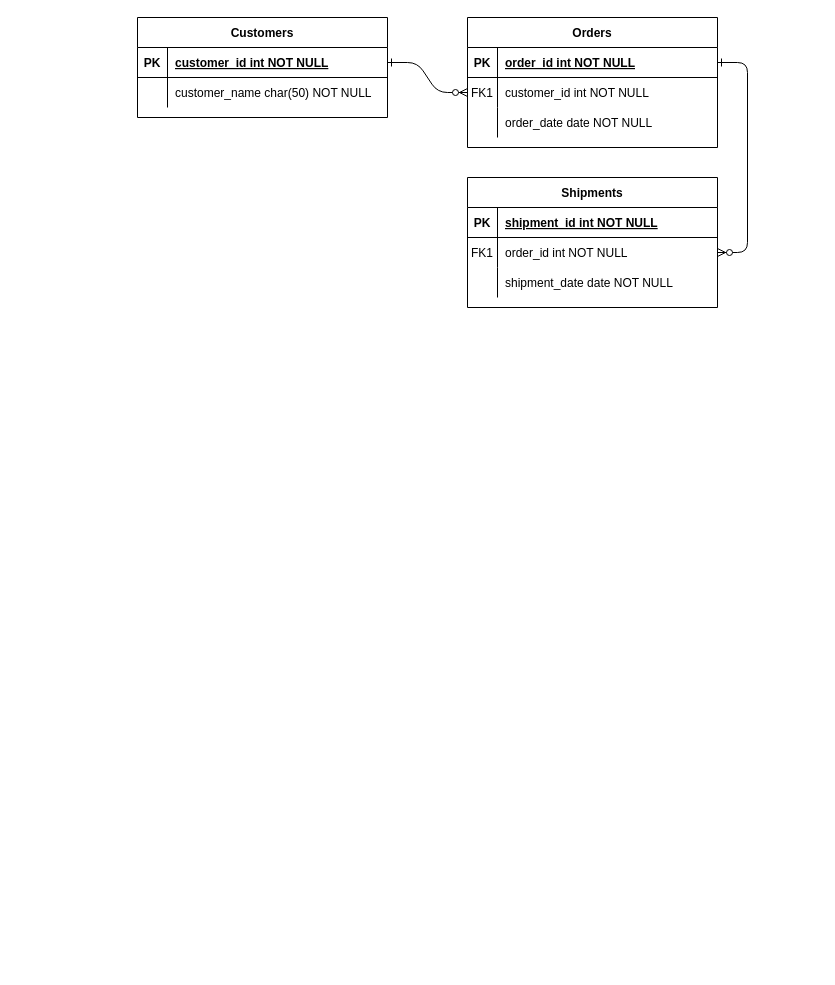
Earlier version of the draw.io diagram Untitled Diagram.drawio (gharuks/2021-fall-db). Source tidied: cells renumbered, new cells numbered last; positions are measured from the earlier drawing's top-left corner, leaving out a move shared by most shapes. Both pictures are drawn from the tidied source at 100%, with x=0, y=0 at pixel (137, 17).
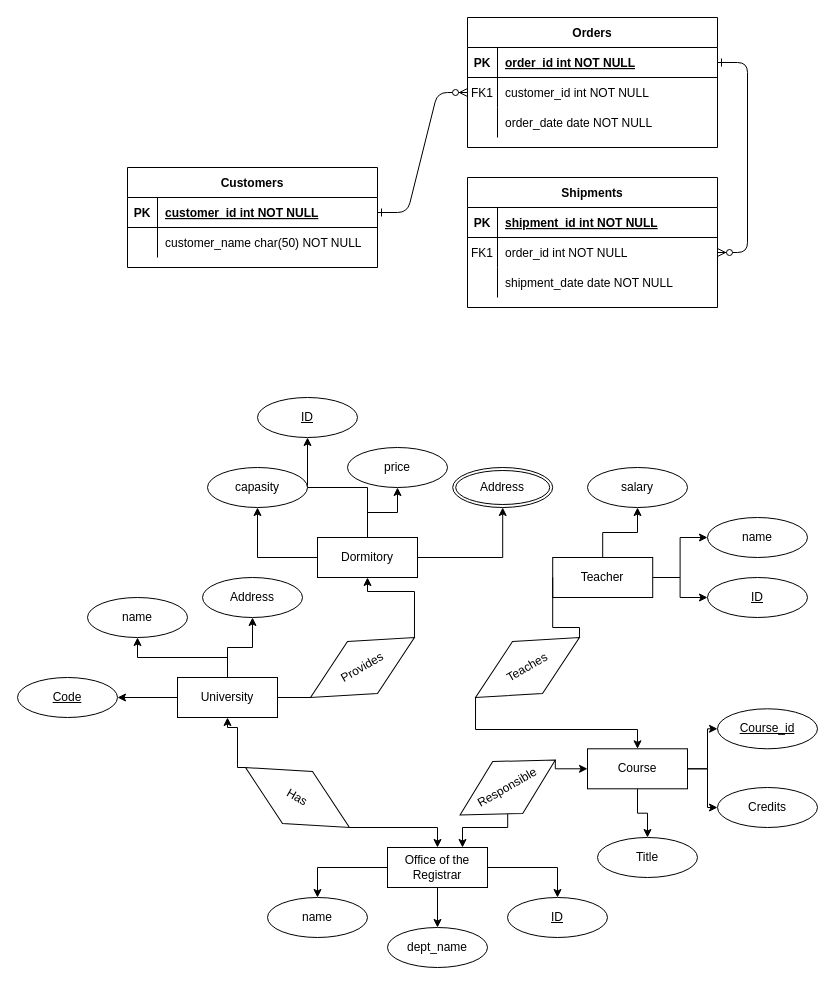
The same page after the edit.

What changed in the source:
```diff
@@
     <mxCell id="24" value="Customers" style="shape=table;startSize=30;childLayout=tableLayout;rowLines=0;fontStyle=1;align=center;" parent="1" vertex="1">
-      <mxGeometry width="250" height="100" as="geometry" />
+      <mxGeometry x="-10" y="150" width="250" height="100" as="geometry" />
     </mxCell>
@@
+    <mxCell id="31" style="edgeStyle=orthogonalEdgeStyle;rounded=0;jettySize=auto;html=1;exitX=0;exitY=0.5;exitDx=0;exitDy=0;" parent="1" edge="1" source="32" target="48">
+      <mxGeometry relative="1" as="geometry">
+        <Array as="points">
+          <mxPoint x="500" y="712" />
+        </Array>
+      </mxGeometry>
+    </mxCell>
+    <mxCell id="32" value="Teaches" style="shape=rhombus;perimeter=rhombusPerimeter;whiteSpace=wrap;html=1;align=center;rotation=-30;" parent="1" vertex="1">
+      <mxGeometry x="330" y="620" width="120" height="60" as="geometry" />
+    </mxCell>
+    <mxCell id="33" style="edgeStyle=orthogonalEdgeStyle;rounded=0;jettySize=auto;html=1;" parent="1" edge="1" source="36" target="57">
+      <mxGeometry relative="1" as="geometry" />
+    </mxCell>
+    <mxCell id="34" style="edgeStyle=orthogonalEdgeStyle;rounded=0;jettySize=auto;html=1;" parent="1" edge="1" source="36" target="63">
+      <mxGeometry relative="1" as="geometry" />
+    </mxCell>
+    <mxCell id="35" style="edgeStyle=orthogonalEdgeStyle;rounded=0;jettySize=auto;html=1;" parent="1" edge="1" source="36" target="58">
+      <mxGeometry relative="1" as="geometry" />
+    </mxCell>
+    <mxCell id="36" value="University" style="whiteSpace=wrap;html=1;align=center;" parent="1" vertex="1">
+      <mxGeometry x="40" y="660" width="100" height="40" as="geometry" />
+    </mxCell>
+    <mxCell id="37" style="edgeStyle=orthogonalEdgeStyle;rounded=0;jettySize=auto;html=1;" parent="1" edge="1" source="40" target="55">
+      <mxGeometry relative="1" as="geometry" />
+    </mxCell>
+    <mxCell id="38" style="edgeStyle=orthogonalEdgeStyle;rounded=0;jettySize=auto;html=1;" parent="1" edge="1" source="40" target="59">
+      <mxGeometry relative="1" as="geometry" />
+    </mxCell>
+    <mxCell id="39" style="edgeStyle=orthogonalEdgeStyle;rounded=0;jettySize=auto;html=1;" parent="1" edge="1" source="40" target="67">
+      <mxGeometry relative="1" as="geometry" />
+    </mxCell>
+    <mxCell id="40" value="Teacher" style="whiteSpace=wrap;html=1;align=center;" parent="1" vertex="1">
+      <mxGeometry x="415.2" y="540" width="100" height="40" as="geometry" />
+    </mxCell>
+    <mxCell id="41" style="edgeStyle=orthogonalEdgeStyle;rounded=0;jettySize=auto;html=1;" parent="1" edge="1" source="44" target="54">
+      <mxGeometry relative="1" as="geometry" />
+    </mxCell>
+    <mxCell id="42" style="edgeStyle=orthogonalEdgeStyle;rounded=0;jettySize=auto;html=1;" parent="1" edge="1" source="44" target="65">
+      <mxGeometry relative="1" as="geometry" />
+    </mxCell>
+    <mxCell id="43" style="edgeStyle=orthogonalEdgeStyle;rounded=0;jettySize=auto;html=1;" parent="1" edge="1" source="44" target="68">
+      <mxGeometry relative="1" as="geometry" />
+    </mxCell>
+    <mxCell id="44" value="Office of the Registrar" style="whiteSpace=wrap;html=1;align=center;" parent="1" vertex="1">
+      <mxGeometry x="250" y="830" width="100" height="40" as="geometry" />
+    </mxCell>
+    <mxCell id="45" style="edgeStyle=orthogonalEdgeStyle;rounded=0;jettySize=auto;html=1;" parent="1" edge="1" source="48" target="56">
+      <mxGeometry relative="1" as="geometry" />
+    </mxCell>
+    <mxCell id="46" style="edgeStyle=orthogonalEdgeStyle;rounded=0;jettySize=auto;html=1;" parent="1" edge="1" source="48" target="62">
+      <mxGeometry relative="1" as="geometry" />
+    </mxCell>
+    <mxCell id="47" style="edgeStyle=orthogonalEdgeStyle;rounded=0;jettySize=auto;html=1;" parent="1" edge="1" source="48" target="64">
+      <mxGeometry relative="1" as="geometry" />
+    </mxCell>
+    <mxCell id="48" value="Course" style="whiteSpace=wrap;html=1;align=center;" parent="1" vertex="1">
+      <mxGeometry x="450" y="731.3" width="100" height="40" as="geometry" />
+    </mxCell>
+    <mxCell id="49" style="edgeStyle=orthogonalEdgeStyle;rounded=0;jettySize=auto;html=1;" parent="1" edge="1" source="53" target="61">
+      <mxGeometry relative="1" as="geometry" />
+    </mxCell>
+    <mxCell id="50" style="edgeStyle=orthogonalEdgeStyle;rounded=0;jettySize=auto;html=1;" parent="1" edge="1" source="53" target="66">
+      <mxGeometry relative="1" as="geometry" />
+    </mxCell>
+    <mxCell id="51" style="edgeStyle=orthogonalEdgeStyle;rounded=0;jettySize=auto;html=1;" parent="1" edge="1" source="53" target="60">
+      <mxGeometry relative="1" as="geometry" />
+    </mxCell>
+    <mxCell id="52" style="edgeStyle=orthogonalEdgeStyle;rounded=0;jettySize=auto;html=1;entryX=0.5;entryY=1;entryDx=0;entryDy=0;" parent="1" edge="1" source="53" target="79">
+      <mxGeometry relative="1" as="geometry" />
+    </mxCell>
+    <mxCell id="53" value="Dormitory" style="whiteSpace=wrap;html=1;align=center;" parent="1" vertex="1">
+      <mxGeometry x="180" y="520" width="100" height="40" as="geometry" />
+    </mxCell>
+    <mxCell id="54" value="ID" style="ellipse;whiteSpace=wrap;html=1;align=center;fontStyle=4;" parent="1" vertex="1">
+      <mxGeometry x="370" y="880" width="100" height="40" as="geometry" />
+    </mxCell>
+    <mxCell id="55" value="ID" style="ellipse;whiteSpace=wrap;html=1;align=center;fontStyle=4;" parent="1" vertex="1">
+      <mxGeometry x="570" y="560" width="100" height="40" as="geometry" />
+    </mxCell>
+    <mxCell id="56" value="Course_id" style="ellipse;whiteSpace=wrap;html=1;align=center;fontStyle=4;" parent="1" vertex="1">
+      <mxGeometry x="580" y="691.3" width="100" height="40" as="geometry" />
+    </mxCell>
+    <mxCell id="57" value="Code" style="ellipse;whiteSpace=wrap;html=1;align=center;fontStyle=4;" parent="1" vertex="1">
+      <mxGeometry x="-120" y="660" width="100" height="40" as="geometry" />
+    </mxCell>
+    <mxCell id="58" value="name" style="ellipse;whiteSpace=wrap;html=1;align=center;" parent="1" vertex="1">
+      <mxGeometry x="-50" y="580" width="100" height="40" as="geometry" />
+    </mxCell>
+    <mxCell id="59" value="name" style="ellipse;whiteSpace=wrap;html=1;align=center;" parent="1" vertex="1">
+      <mxGeometry x="570" y="500" width="100" height="40" as="geometry" />
+    </mxCell>
+    <mxCell id="60" value="price" style="ellipse;whiteSpace=wrap;html=1;align=center;" parent="1" vertex="1">
+      <mxGeometry x="210" y="430" width="100" height="40" as="geometry" />
+    </mxCell>
+    <mxCell id="61" value="Address" style="ellipse;shape=doubleEllipse;margin=3;whiteSpace=wrap;html=1;align=center;" parent="1" vertex="1">
+      <mxGeometry x="315.2" y="450" width="100" height="40" as="geometry" />
+    </mxCell>
+    <mxCell id="62" value="Title" style="ellipse;whiteSpace=wrap;html=1;align=center;" parent="1" vertex="1">
+      <mxGeometry x="460" y="820" width="100" height="40" as="geometry" />
+    </mxCell>
+    <mxCell id="63" value="Address" style="ellipse;whiteSpace=wrap;html=1;align=center;" parent="1" vertex="1">
+      <mxGeometry x="65" y="560" width="100" height="40" as="geometry" />
+    </mxCell>
+    <mxCell id="64" value="Credits" style="ellipse;whiteSpace=wrap;html=1;align=center;" parent="1" vertex="1">
+      <mxGeometry x="580" y="770" width="100" height="40" as="geometry" />
+    </mxCell>
+    <mxCell id="65" value="name" style="ellipse;whiteSpace=wrap;html=1;align=center;" parent="1" vertex="1">
+      <mxGeometry x="130" y="880" width="100" height="40" as="geometry" />
+    </mxCell>
+    <mxCell id="66" value="capasity" style="ellipse;whiteSpace=wrap;html=1;align=center;" parent="1" vertex="1">
+      <mxGeometry x="70" y="450" width="100" height="40" as="geometry" />
+    </mxCell>
+    <mxCell id="67" value="salary" style="ellipse;whiteSpace=wrap;html=1;align=center;" parent="1" vertex="1">
+      <mxGeometry x="450" y="450" width="100" height="40" as="geometry" />
+    </mxCell>
+    <mxCell id="68" value="dept_name" style="ellipse;whiteSpace=wrap;html=1;align=center;" parent="1" vertex="1">
+      <mxGeometry x="250" y="910" width="100" height="40" as="geometry" />
+    </mxCell>
+    <mxCell id="69" style="endArrow=none;html=1;rounded=0;edgeStyle=orthogonalEdgeStyle;entryX=0;entryY=0.5;entryDx=0;entryDy=0;exitX=1;exitY=0.5;exitDx=0;exitDy=0;" parent="1" edge="1" source="32" target="40">
+      <mxGeometry relative="1" as="geometry">
+        <Array as="points">
+          <mxPoint x="442" y="610" />
+          <mxPoint x="415" y="610" />
+        </Array>
+      </mxGeometry>
+    </mxCell>
+    <mxCell id="70" style="edgeStyle=orthogonalEdgeStyle;rounded=0;jettySize=auto;html=1;exitX=0;exitY=0.5;exitDx=0;exitDy=0;" parent="1" edge="1" source="72" target="36">
+      <mxGeometry relative="1" as="geometry">
+        <Array as="points">
+          <mxPoint x="100" y="750" />
+          <mxPoint x="100" y="710" />
+          <mxPoint x="90" y="710" />
+        </Array>
+      </mxGeometry>
+    </mxCell>
+    <mxCell id="71" style="edgeStyle=orthogonalEdgeStyle;rounded=0;jettySize=auto;html=1;entryX=0.5;entryY=0;entryDx=0;entryDy=0;exitX=1;exitY=0.5;exitDx=0;exitDy=0;" parent="1" edge="1" source="72" target="44">
+      <mxGeometry relative="1" as="geometry" />
+    </mxCell>
+    <mxCell id="72" value="Has" style="shape=rhombus;perimeter=rhombusPerimeter;whiteSpace=wrap;html=1;align=center;rotation=30;" parent="1" vertex="1">
+      <mxGeometry x="100" y="750" width="120" height="60" as="geometry" />
+    </mxCell>
+    <mxCell id="73" style="edgeStyle=orthogonalEdgeStyle;rounded=0;jettySize=auto;html=1;exitX=1;exitY=0.5;exitDx=0;exitDy=0;" parent="1" edge="1" source="74" target="53">
+      <mxGeometry relative="1" as="geometry" />
+    </mxCell>
+    <mxCell id="74" value="Provides" style="shape=rhombus;perimeter=rhombusPerimeter;whiteSpace=wrap;html=1;align=center;rotation=-30;" parent="1" vertex="1">
+      <mxGeometry x="165" y="620" width="120" height="60" as="geometry" />
+    </mxCell>
+    <mxCell id="75" style="endArrow=none;html=1;rounded=0;edgeStyle=orthogonalEdgeStyle;exitX=0;exitY=0.5;exitDx=0;exitDy=0;entryX=1;entryY=0.5;entryDx=0;entryDy=0;" parent="1" edge="1" source="74" target="36">
+      <mxGeometry relative="1" as="geometry" />
+    </mxCell>
+    <mxCell id="76" style="edgeStyle=orthogonalEdgeStyle;rounded=0;jettySize=auto;html=1;entryX=0;entryY=0.5;entryDx=0;entryDy=0;exitX=1;exitY=0.5;exitDx=0;exitDy=0;" parent="1" edge="1" source="78" target="48">
+      <mxGeometry relative="1" as="geometry">
+        <Array as="points">
+          <mxPoint x="418" y="751" />
+        </Array>
+      </mxGeometry>
+    </mxCell>
+    <mxCell id="77" style="edgeStyle=orthogonalEdgeStyle;rounded=0;jettySize=auto;html=1;entryX=0.75;entryY=0;entryDx=0;entryDy=0;" parent="1" edge="1" source="78" target="44">
+      <mxGeometry relative="1" as="geometry">
+        <Array as="points">
+          <mxPoint x="370" y="810" />
+          <mxPoint x="325" y="810" />
+        </Array>
+      </mxGeometry>
+    </mxCell>
+    <mxCell id="78" value="Responsible" style="shape=rhombus;perimeter=rhombusPerimeter;whiteSpace=wrap;html=1;align=center;rotation=-30;" parent="1" vertex="1">
+      <mxGeometry x="315.2" y="740" width="110" height="60" as="geometry" />
+    </mxCell>
+    <mxCell id="79" value="ID" style="ellipse;whiteSpace=wrap;html=1;align=center;fontStyle=4;" parent="1" vertex="1">
+      <mxGeometry x="120" y="380" width="100" height="40" as="geometry" />
+    </mxCell>
```
